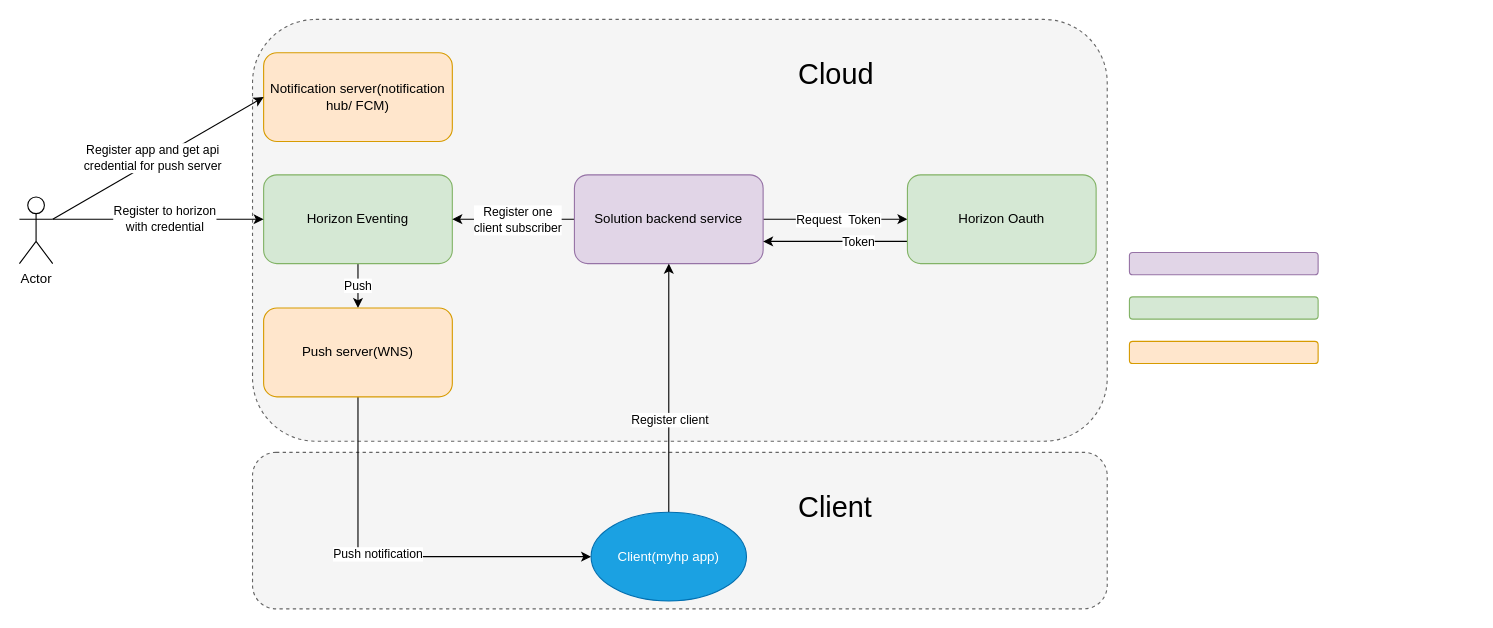
Above: page "Page-9" (9 of 9) of HP/horizon_eventing.drawio in zhangwm1987/mydraw_io (draw.io), before the change. Source tidied: cells renumbered, new cells numbered last; positions are measured from the earlier drawing's top-left corner, leaving out a move shared by most shapes. Both pictures are drawn from the tidied source at 111%, with x=0, y=0 at pixel (19, 19).
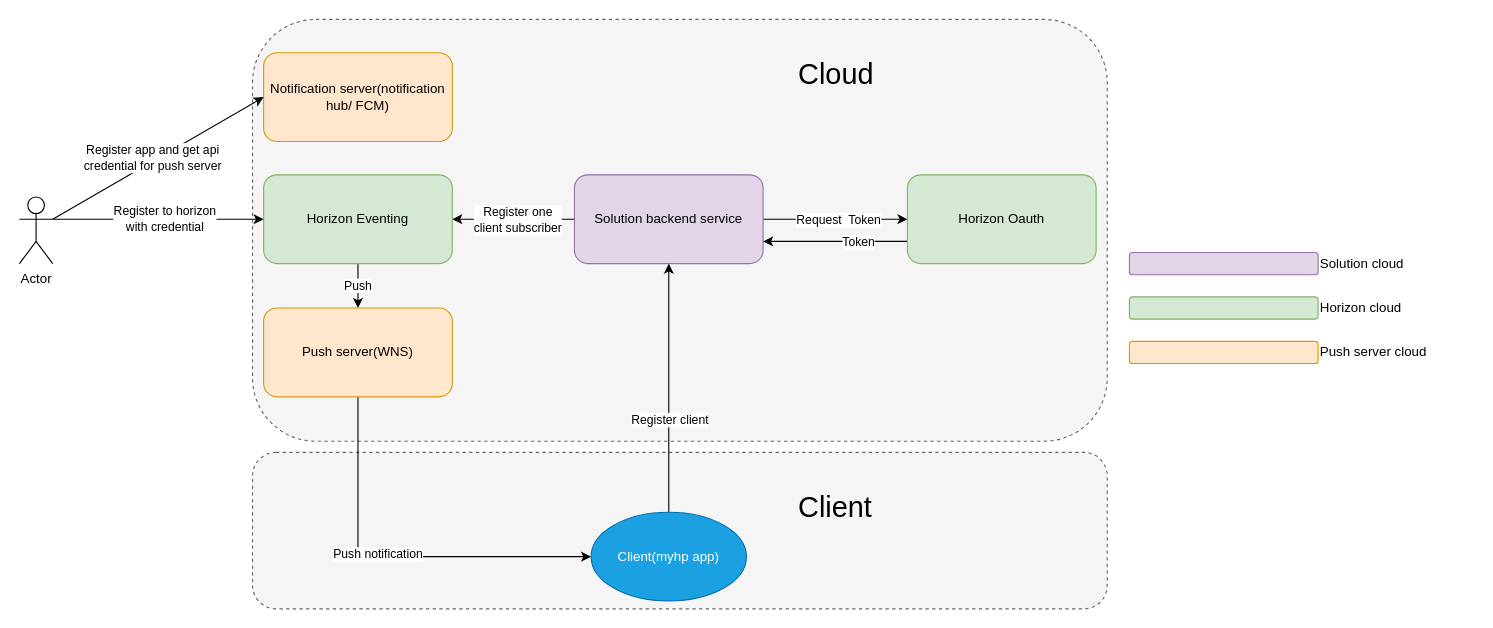
Above is the later version.

The edit, as a diff of the source:
```diff
@@
+    <mxCell id="32" value="Push server cloud" style="text;html=1;strokeColor=none;fillColor=none;align=left;verticalAlign=middle;whiteSpace=wrap;rounded=0;dashed=1;" parent="1" vertex="1">
+      <mxGeometry x="1170" y="290" width="140" height="20" as="geometry" />
+    </mxCell>
+    <mxCell id="33" value="Solution cloud" style="text;html=1;strokeColor=none;fillColor=none;align=left;verticalAlign=middle;whiteSpace=wrap;rounded=0;dashed=1;" parent="1" vertex="1">
+      <mxGeometry x="1170" y="210" width="140" height="20" as="geometry" />
+    </mxCell>
+    <mxCell id="34" value="Horizon cloud" style="text;html=1;strokeColor=none;fillColor=none;align=left;verticalAlign=middle;whiteSpace=wrap;rounded=0;dashed=1;" parent="1" vertex="1">
+      <mxGeometry x="1170" y="250" width="140" height="20" as="geometry" />
+    </mxCell>
```
